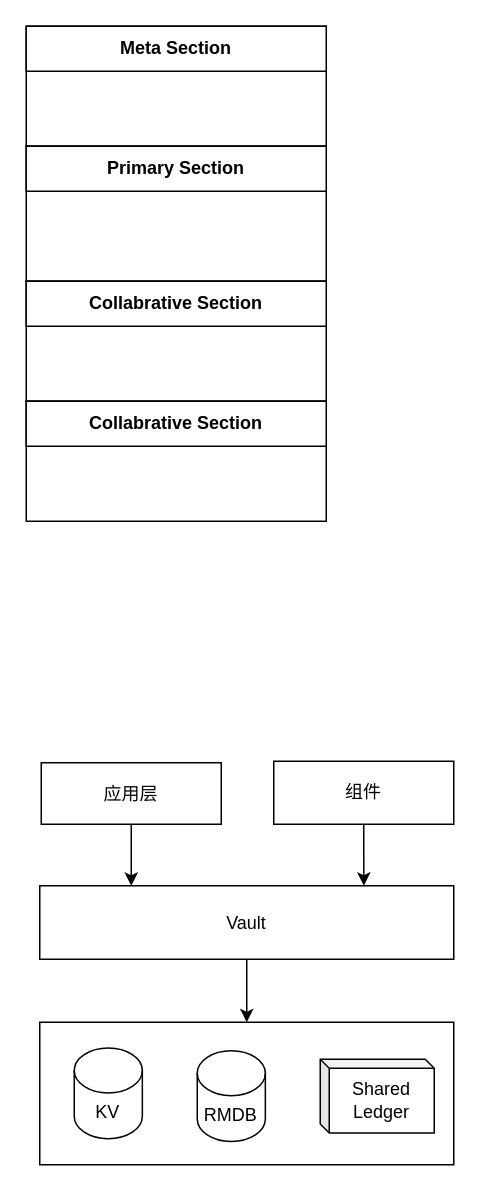
bytehubplus/RFC keeps this draw.io diagram as page "Vault" (7 of 8) of diagram/zFusion.drawio. Above is the earlier version. Source tidied: cells renumbered, new cells numbered last; positions are measured from the earlier drawing's top-left corner, leaving out a move shared by most shapes. Both pictures are drawn from the tidied source at 150%, with x=0, y=0 at pixel (26, 26).
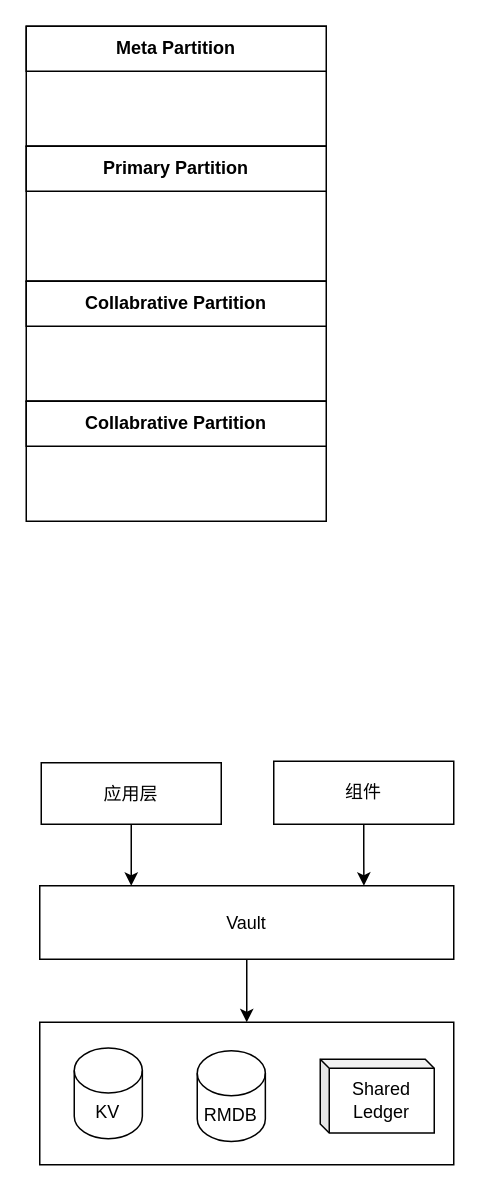
The same page after the edit.

What changed in the source:
```diff
@@
 <mxGraphModel>
   <root>
     <mxCell id="0" />
     <mxCell id="1" parent="0" />
     <mxCell id="2" style="rounded=0;whiteSpace=wrap;html=1;" parent="1" vertex="1">
       <mxGeometry width="200" height="80" as="geometry" />
     </mxCell>
-    <mxCell id="3" value="&lt;font&gt;Meta Section&lt;/font&gt;" style="rounded=0;whiteSpace=wrap;html=1;gradientColor=none;fillColor=#FFFFFF;fontStyle=1;fontColor=#000000;" parent="1" vertex="1">
+    <mxCell id="3" value="&lt;font&gt;Meta Partition&lt;/font&gt;" style="rounded=0;whiteSpace=wrap;html=1;gradientColor=none;fillColor=#FFFFFF;fontStyle=1;fontColor=#000000;" parent="1" vertex="1">
       <mxGeometry width="200" height="30" as="geometry" />
     </mxCell>
     <mxCell id="4" style="rounded=0;whiteSpace=wrap;html=1;" parent="1" vertex="1">
       <mxGeometry y="80" width="200" height="90" as="geometry" />
     </mxCell>
-    <mxCell id="5" value="&lt;font&gt;Primary&amp;nbsp;&lt;/font&gt;Section" style="rounded=0;whiteSpace=wrap;html=1;gradientColor=none;fillColor=#FFFFFF;fontStyle=1;fontColor=#000000;" parent="1" vertex="1">
+    <mxCell id="5" value="&lt;font&gt;Primary&amp;nbsp;&lt;/font&gt;Partition" style="rounded=0;whiteSpace=wrap;html=1;gradientColor=none;fillColor=#FFFFFF;fontStyle=1;fontColor=#000000;" parent="1" vertex="1">
       <mxGeometry y="80" width="200" height="30" as="geometry" />
     </mxCell>
     <mxCell id="6" style="rounded=0;whiteSpace=wrap;html=1;" parent="1" vertex="1">
       <mxGeometry y="170" width="200" height="80" as="geometry" />
     </mxCell>
-    <mxCell id="7" value="&lt;font&gt;Collabrative&amp;nbsp;&lt;/font&gt;Section" style="rounded=0;whiteSpace=wrap;html=1;gradientColor=none;fillColor=#FFFFFF;fontStyle=1;fontColor=#000000;" parent="1" vertex="1">
+    <mxCell id="7" value="&lt;font&gt;Collabrative&amp;nbsp;&lt;/font&gt;Partition" style="rounded=0;whiteSpace=wrap;html=1;gradientColor=none;fillColor=#FFFFFF;fontStyle=1;fontColor=#000000;" parent="1" vertex="1">
       <mxGeometry y="170" width="200" height="30" as="geometry" />
     </mxCell>
     <mxCell id="8" style="rounded=0;whiteSpace=wrap;html=1;" parent="1" vertex="1">
       <mxGeometry y="250" width="200" height="80" as="geometry" />
     </mxCell>
-    <mxCell id="9" value="&lt;font&gt;Collabrative&amp;nbsp;&lt;/font&gt;Section" style="rounded=0;whiteSpace=wrap;html=1;gradientColor=none;fillColor=#FFFFFF;fontStyle=1;fontColor=#000000;" parent="1" vertex="1">
+    <mxCell id="9" value="&lt;font&gt;Collabrative&amp;nbsp;&lt;/font&gt;Partition" style="rounded=0;whiteSpace=wrap;html=1;gradientColor=none;fillColor=#FFFFFF;fontStyle=1;fontColor=#000000;" parent="1" vertex="1">
       <mxGeometry y="250" width="200" height="30" as="geometry" />
     </mxCell>
     <mxCell id="10" style="edgeStyle=orthogonalEdgeStyle;rounded=0;jettySize=auto;html=1;entryX=0.221;entryY=0;entryDx=0;entryDy=0;entryPerimeter=0;" parent="1" edge="1" source="11" target="16">
       <mxGeometry relative="1" as="geometry" />
     </mxCell>
     <mxCell id="11" value="应用层" style="rounded=0;whiteSpace=wrap;html=1;" parent="1" vertex="1">
       <mxGeometry x="10" y="491" width="120" height="41" as="geometry" />
     </mxCell>
     <mxCell id="12" style="rounded=0;whiteSpace=wrap;html=1;" parent="1" vertex="1">
       <mxGeometry x="9" y="664" width="276" height="95" as="geometry" />
     </mxCell>
     <mxCell id="13" style="edgeStyle=orthogonalEdgeStyle;rounded=0;jettySize=auto;html=1;entryX=0.783;entryY=0;entryDx=0;entryDy=0;entryPerimeter=0;" parent="1" edge="1" source="14" target="16">
       <mxGeometry relative="1" as="geometry" />
     </mxCell>
     <mxCell id="14" value="组件" style="rounded=0;whiteSpace=wrap;html=1;" parent="1" vertex="1">
       <mxGeometry x="165" y="490" width="120" height="42" as="geometry" />
     </mxCell>
     <mxCell id="15" style="edgeStyle=orthogonalEdgeStyle;rounded=0;jettySize=auto;html=1;entryX=0.5;entryY=0;entryDx=0;entryDy=0;" parent="1" edge="1" source="16" target="12">
       <mxGeometry relative="1" as="geometry" />
     </mxCell>
     <mxCell id="16" value="Vault" style="rounded=0;whiteSpace=wrap;html=1;" parent="1" vertex="1">
       <mxGeometry x="9" y="573" width="276" height="49" as="geometry" />
     </mxCell>
     <mxCell id="17" value="KV" style="shape=cylinder3;whiteSpace=wrap;html=1;boundedLbl=1;backgroundOutline=1;size=15;" parent="1" vertex="1">
       <mxGeometry x="32" y="681.2" width="45.4" height="60.5" as="geometry" />
     </mxCell>
     <mxCell id="18" value="RMDB" style="shape=cylinder3;whiteSpace=wrap;html=1;boundedLbl=1;backgroundOutline=1;size=15;" parent="1" vertex="1">
       <mxGeometry x="114" y="683" width="45.4" height="60.5" as="geometry" />
     </mxCell>
     <mxCell id="19" value="Shared Ledger" style="shape=cube;whiteSpace=wrap;html=1;boundedLbl=1;backgroundOutline=1;darkOpacity=0.05;darkOpacity2=0.1;size=6;" parent="1" vertex="1">
       <mxGeometry x="196" y="688.7" width="76" height="49.1" as="geometry" />
     </mxCell>
   </root>
 </mxGraphModel>
```
